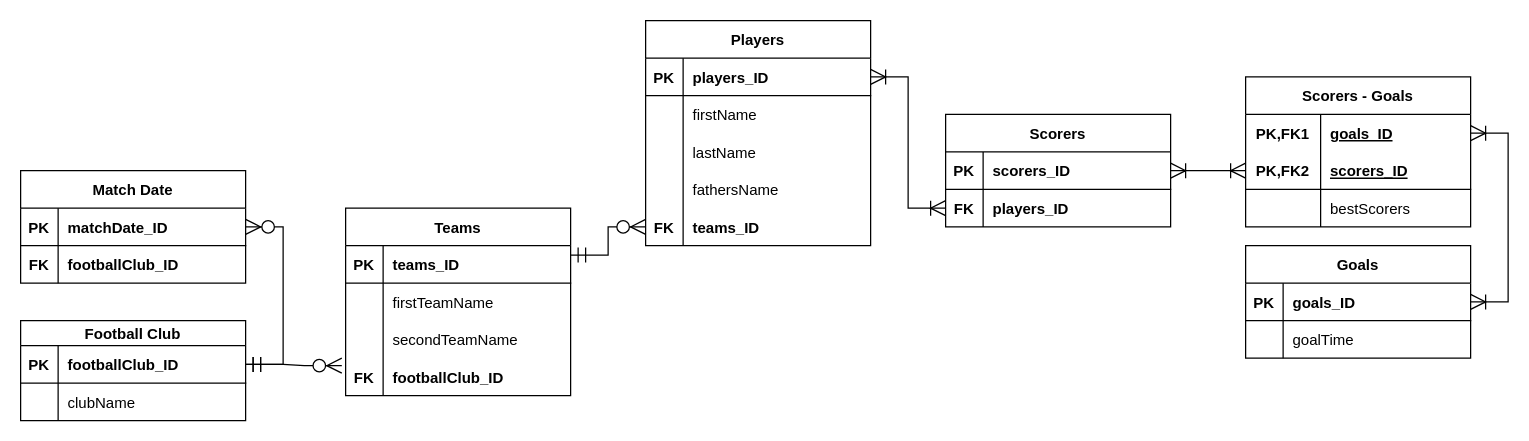
Before: Диаграмма без названия.drawio in i66iwm/Agency, a draw.io diagram. Source tidied: cells renumbered, new cells numbered last; positions are measured from the earlier drawing's top-left corner, leaving out a move shared by most shapes. Both pictures are drawn from the tidied source at 125%, with x=0, y=0 at pixel (20, 20).
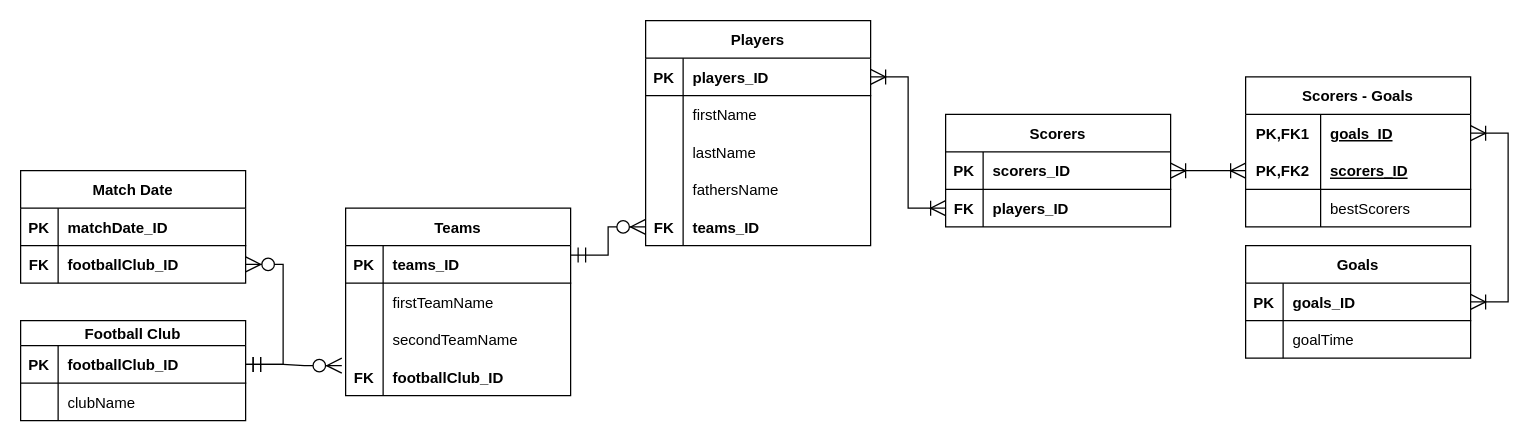
Above is the later version.

Unchanged cells that the change refers to:
```xml
<mxCell id="3" style="shape=tableRow;horizontal=0;startSize=0;swimlaneHead=0;swimlaneBody=0;fillColor=none;points=[[0,0.5],[1,0.5]];portConstraint=eastwest;top=0;left=0;right=0;bottom=1;" parent="2" vertex="1">
  <mxGeometry y="20" width="180" height="30" as="geometry" />
</mxCell>
<mxCell id="46" style="shape=tableRow;horizontal=0;startSize=0;swimlaneHead=0;swimlaneBody=0;fillColor=none;points=[[0,0.5],[1,0.5]];portConstraint=eastwest;top=0;left=0;right=0;bottom=1;" parent="45" vertex="1">
  <mxGeometry y="30" width="180" height="30" as="geometry" />
</mxCell>
<mxCell id="49" style="shape=tableRow;horizontal=0;startSize=0;swimlaneHead=0;swimlaneBody=0;fillColor=none;points=[[0,0.5],[1,0.5]];portConstraint=eastwest;top=0;left=0;right=0;bottom=0;" parent="45" vertex="1">
  <mxGeometry y="60" width="180" height="30" as="geometry" />
</mxCell>
```

The edit, as a diff of the source:
```diff
@@
-    <mxCell id="74" style="edgeStyle=entityRelationEdgeStyle;fontSize=12;html=1;endArrow=ERzeroToMany;startArrow=ERmandOne;rounded=0;startSize=10;endSize=10;exitX=1;exitY=0.5;exitDx=0;exitDy=0;entryX=1;entryY=0.5;entryDx=0;entryDy=0;" parent="1" edge="1" source="3" target="46">
+    <mxCell id="74" style="edgeStyle=entityRelationEdgeStyle;fontSize=12;html=1;endArrow=ERzeroToMany;startArrow=ERmandOne;rounded=0;startSize=10;endSize=10;exitX=1;exitY=0.5;exitDx=0;exitDy=0;entryX=1;entryY=0.5;entryDx=0;entryDy=0;" parent="1" edge="1" source="3" target="49">
       <mxGeometry relative="1" as="geometry" />
     </mxCell>
```
